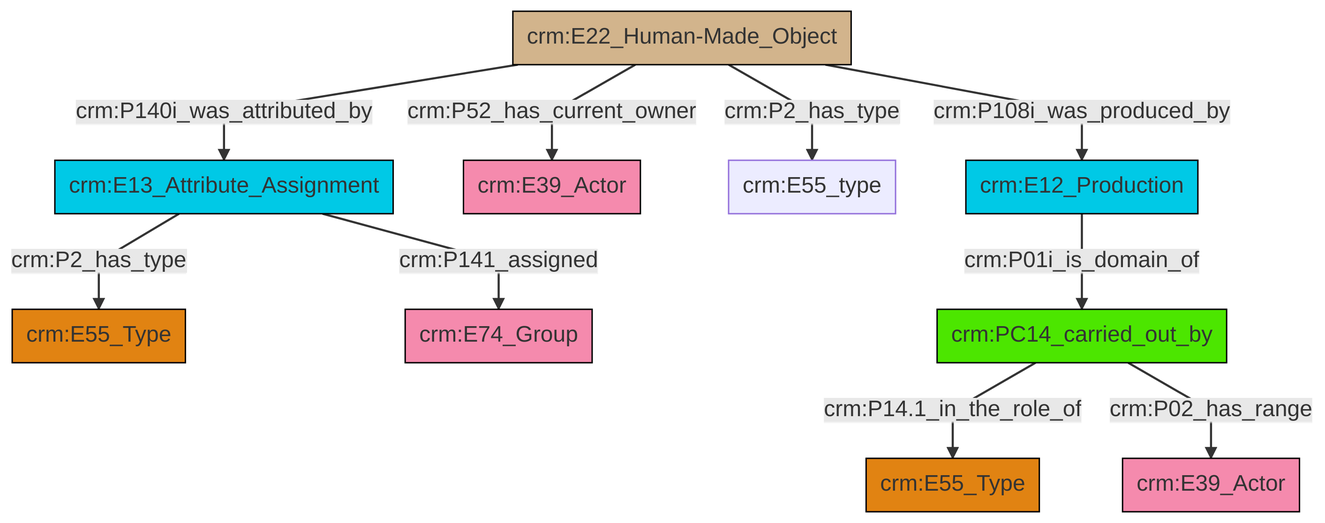
Before: et/builtWorkCSV/ttl/mmd/png/Built_Work_actor_relations.png, a diagram exported from Mermaid (swiss-art-research-net/reference-data-models). Its source is kept beside it as et/builtWorkCSV/ttl/mmd/Built_Work_actor_relations.ttl.mmd.
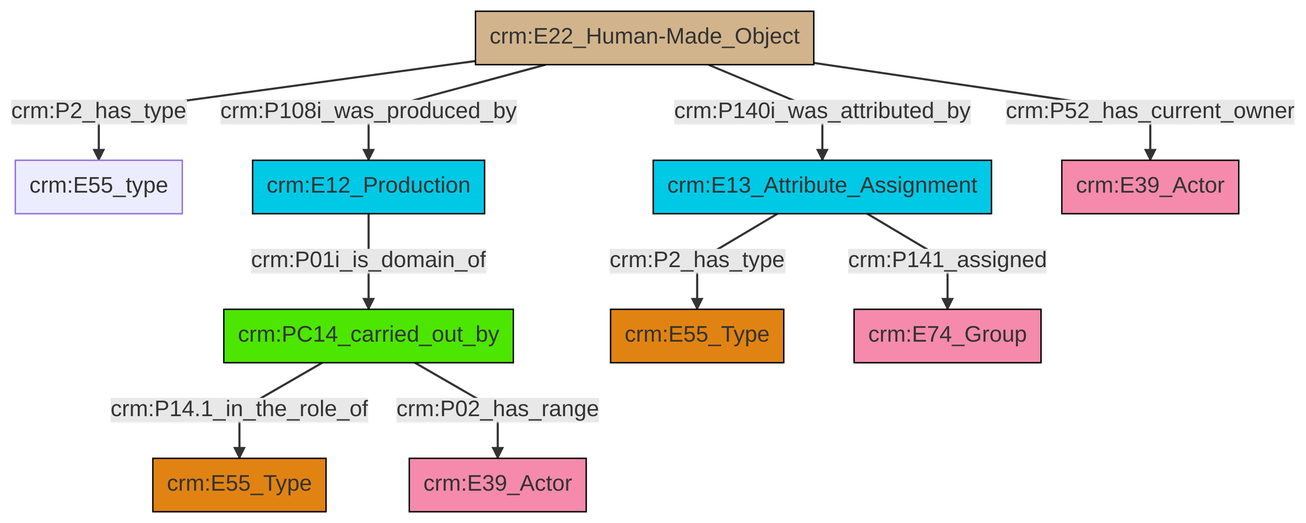
After the commit.

What changed in the source:
```diff
@@ -13,12 +13,12 @@
 classDef PC_Classes fill:#4ce600, stroke:#000000;
 classDef Multi fill:#cccccc,stroke:#000000;
 
-0["crm:E13_Attribute_Assignment"]:::Temporal_Entity -->|crm:P2_has_type| 1["crm:E55_Type"]:::Type
-2["crm:E22_Human-Made_Object"]:::Physical_Thing -->|crm:P140i_was_attributed_by| 0["crm:E13_Attribute_Assignment"]:::Temporal_Entity
-2["crm:E22_Human-Made_Object"]:::Physical_Thing -->|crm:P52_has_current_owner| 3["crm:E39_Actor"]:::Actor
-0["crm:E13_Attribute_Assignment"]:::Temporal_Entity -->|crm:P141_assigned| 4["crm:E74_Group"]:::Actor
-5["crm:PC14_carried_out_by"]:::PC_Classes -->|crm:P14.1_in_the_role_of| 6["crm:E55_Type"]:::Type
-2["crm:E22_Human-Made_Object"]:::Physical_Thing -->|crm:P2_has_type| 7["crm:E55_type"]:::Default
-10["crm:E12_Production"]:::Temporal_Entity -->|crm:P01i_is_domain_of| 5["crm:PC14_carried_out_by"]:::PC_Classes
-2["crm:E22_Human-Made_Object"]:::Physical_Thing -->|crm:P108i_was_produced_by| 10["crm:E12_Production"]:::Temporal_Entity
-5["crm:PC14_carried_out_by"]:::PC_Classes -->|crm:P02_has_range| 19["crm:E39_Actor"]:::Actor
+4["crm:E13_Attribute_Assignment"]:::Temporal_Entity -->|crm:P2_has_type| 5["crm:E55_Type"]:::Type
+0["crm:PC14_carried_out_by"]:::PC_Classes -->|crm:P14.1_in_the_role_of| 12["crm:E55_Type"]:::Type
+13["crm:E22_Human-Made_Object"]:::Physical_Thing -->|crm:P140i_was_attributed_by| 4["crm:E13_Attribute_Assignment"]:::Temporal_Entity
+13["crm:E22_Human-Made_Object"]:::Physical_Thing -->|crm:P52_has_current_owner| 14["crm:E39_Actor"]:::Actor
+13["crm:E22_Human-Made_Object"]:::Physical_Thing -->|crm:P108i_was_produced_by| 10["crm:E12_Production"]:::Temporal_Entity
+13["crm:E22_Human-Made_Object"]:::Physical_Thing -->|crm:P2_has_type| 2["crm:E55_type"]:::Default
+0["crm:PC14_carried_out_by"]:::PC_Classes -->|crm:P02_has_range| 7["crm:E39_Actor"]:::Actor
+4["crm:E13_Attribute_Assignment"]:::Temporal_Entity -->|crm:P141_assigned| 17["crm:E74_Group"]:::Actor
+10["crm:E12_Production"]:::Temporal_Entity -->|crm:P01i_is_domain_of| 0["crm:PC14_carried_out_by"]:::PC_Classes
```
